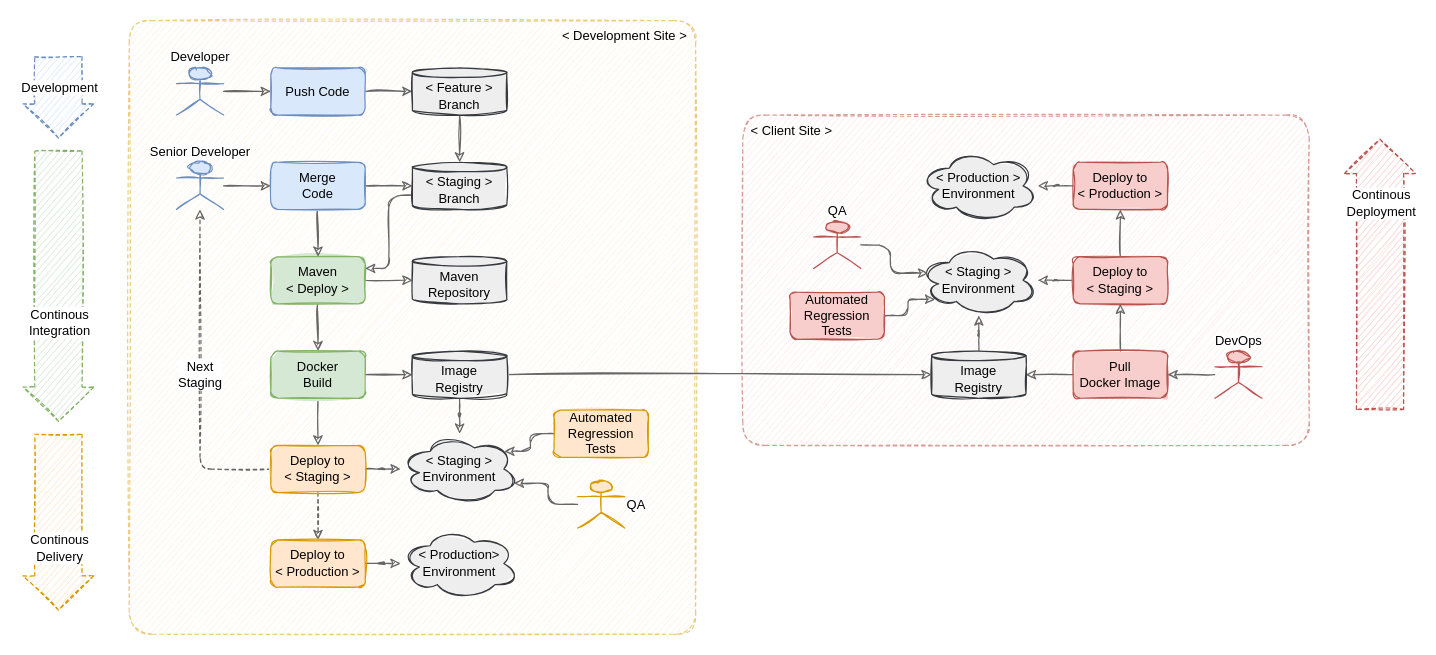
Earlier version of the draw.io diagram page "01-complete-flow" (1 of 2) of cicd-pipeline.drawio (andylke/docs-cicd-pipeline). Source tidied: cells renumbered, new cells numbered last; positions are measured from the earlier drawing's top-left corner, leaving out a move shared by most shapes. Both pictures are drawn from the tidied source at 118%, with x=0, y=0 at pixel (58, 20).
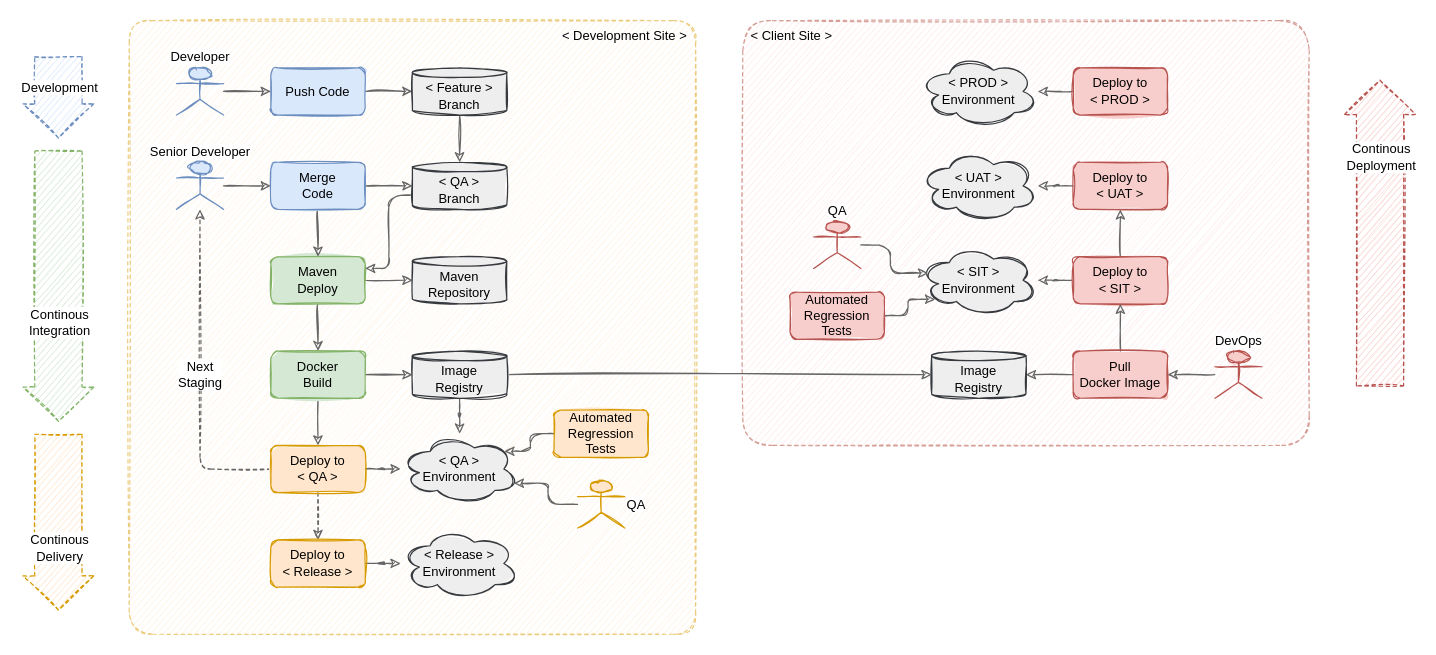
After the change.

Unchanged cells that the change refers to:
```xml
<mxCell id="14" value="Image&lt;br&gt;Registry" style="shape=cylinder3;whiteSpace=wrap;html=1;boundedLbl=1;backgroundOutline=1;size=4;sketch=1;fillColor=#eeeeee;strokeColor=#36393d;fillStyle=solid;fontSize=11;" parent="1" vertex="1">
  <mxGeometry x="740" y="280" width="80" height="40" as="geometry" />
</mxCell>
```

The edit, as a diff of the source:
```diff
@@
     <mxCell id="3" value="&amp;lt; Client Site &amp;gt;" style="rounded=1;whiteSpace=wrap;html=1;dashed=1;sketch=1;fillStyle=hachure;fontSize=11;fillColor=#fad9d5;strokeColor=#ae4132;arcSize=7;opacity=50;align=left;labelPosition=center;verticalLabelPosition=middle;verticalAlign=top;spacingLeft=5;" parent="1" vertex="1">
-      <mxGeometry x="580" y="80" width="480" height="280" as="geometry" />
+      <mxGeometry x="580" width="480" height="360" as="geometry" />
     </mxCell>
@@
-    <mxCell id="6" value="Deploy to &lt;br style=&quot;font-size: 11px&quot;&gt;&amp;lt; Staging &amp;gt;" style="rounded=1;whiteSpace=wrap;html=1;labelBackgroundColor=none;sketch=1;fillStyle=solid;fillColor=#f8cecc;strokeColor=#b85450;fontSize=11;" parent="1" vertex="1">
+    <mxCell id="6" value="Deploy to &lt;br style=&quot;font-size: 11px&quot;&gt;&amp;lt; SIT &amp;gt;" style="rounded=1;whiteSpace=wrap;html=1;labelBackgroundColor=none;sketch=1;fillStyle=solid;fillColor=#f8cecc;strokeColor=#b85450;fontSize=11;" parent="1" vertex="1">
       <mxGeometry x="860" y="200" width="80" height="40" as="geometry" />
     </mxCell>
@@
-    <mxCell id="8" value="Deploy to &lt;br style=&quot;font-size: 11px&quot;&gt;&amp;lt; Production &amp;gt;" style="rounded=1;whiteSpace=wrap;html=1;labelBackgroundColor=none;sketch=1;fillStyle=solid;fillColor=#f8cecc;strokeColor=#b85450;fontSize=11;" parent="1" vertex="1">
+    <mxCell id="8" value="Deploy to &lt;br style=&quot;font-size: 11px&quot;&gt;&amp;lt; UAT &amp;gt;" style="rounded=1;whiteSpace=wrap;html=1;labelBackgroundColor=none;sketch=1;fillStyle=solid;fillColor=#f8cecc;strokeColor=#b85450;fontSize=11;" parent="1" vertex="1">
       <mxGeometry x="860" y="120" width="80" height="40" as="geometry" />
     </mxCell>
-    <mxCell id="9" value="&amp;lt; Production &amp;gt;&lt;br&gt;Environment" style="ellipse;shape=cloud;whiteSpace=wrap;html=1;rounded=1;sketch=1;fillColor=#eeeeee;strokeColor=#36393d;fillStyle=solid;fontSize=11;" parent="1" vertex="1">
+    <mxCell id="9" value="&amp;lt; UAT &amp;gt;&lt;br&gt;Environment" style="ellipse;shape=cloud;whiteSpace=wrap;html=1;rounded=1;sketch=1;fillColor=#eeeeee;strokeColor=#36393d;fillStyle=solid;fontSize=11;" parent="1" vertex="1">
       <mxGeometry x="730" y="110" width="100" height="60" as="geometry" />
     </mxCell>
     <mxCell id="10" style="shape=flexArrow;endArrow=classic;html=1;rounded=1;sketch=1;fillColor=#f8cecc;endWidth=19;endSize=9.33;width=40;strokeColor=#b85450;fillStyle=hachure;dashed=1;fontSize=11;" parent="1" edge="1">
       <mxGeometry relative="1" as="geometry">
-        <mxPoint x="1120" y="330" as="sourcePoint" />
-        <mxPoint x="1120" y="100" as="targetPoint" />
+        <mxPoint x="1120" y="310" as="sourcePoint" />
+        <mxPoint x="1120" y="50" as="targetPoint" />
       </mxGeometry>
     </mxCell>
@@
-    <mxCell id="12" value="&amp;lt; Staging &amp;gt;&lt;br&gt;Environment" style="ellipse;shape=cloud;whiteSpace=wrap;html=1;rounded=1;sketch=1;fillColor=#eeeeee;strokeColor=#36393d;fillStyle=solid;fontSize=11;" parent="1" vertex="1">
+    <mxCell id="12" value="&amp;lt; SIT &amp;gt;&lt;br&gt;Environment" style="ellipse;shape=cloud;whiteSpace=wrap;html=1;rounded=1;sketch=1;fillColor=#eeeeee;strokeColor=#36393d;fillStyle=solid;fontSize=11;" parent="1" vertex="1">
       <mxGeometry x="730" y="190" width="100" height="60" as="geometry" />
     </mxCell>
-    <mxCell id="13" style="edgeStyle=orthogonalEdgeStyle;rounded=1;sketch=1;jettySize=auto;html=1;fontSize=11;fillColor=#f5f5f5;strokeColor=#666666;" parent="1" edge="1" source="14" target="12">
-      <mxGeometry relative="1" as="geometry" />
-    </mxCell>
@@
-    <mxCell id="26" value="Maven&lt;br style=&quot;font-size: 11px&quot;&gt;&amp;lt; Deploy &amp;gt;" style="rounded=1;whiteSpace=wrap;html=1;labelBackgroundColor=none;sketch=1;fillStyle=solid;fillColor=#d5e8d4;strokeColor=#82b366;fontSize=11;" parent="1" vertex="1">
+    <mxCell id="26" value="Maven&lt;br style=&quot;font-size: 11px&quot;&gt;Deploy" style="rounded=1;whiteSpace=wrap;html=1;labelBackgroundColor=none;sketch=1;fillStyle=solid;fillColor=#d5e8d4;strokeColor=#82b366;fontSize=11;" parent="1" vertex="1">
       <mxGeometry x="180" y="200" width="80" height="40" as="geometry" />
     </mxCell>
@@
-    <mxCell id="33" value="Deploy to &lt;br style=&quot;font-size: 11px&quot;&gt;&amp;lt; Staging &amp;gt;" style="rounded=1;whiteSpace=wrap;html=1;labelBackgroundColor=none;sketch=1;fillStyle=solid;fillColor=#ffe6cc;strokeColor=#d79b00;fontSize=11;" parent="1" vertex="1">
+    <mxCell id="33" value="Deploy to &lt;br style=&quot;font-size: 11px&quot;&gt;&amp;lt; QA &amp;gt;" style="rounded=1;whiteSpace=wrap;html=1;labelBackgroundColor=none;sketch=1;fillStyle=solid;fillColor=#ffe6cc;strokeColor=#d79b00;fontSize=11;" parent="1" vertex="1">
       <mxGeometry x="180" y="360" width="80" height="40" as="geometry" />
     </mxCell>
@@
-    <mxCell id="37" value="&amp;lt; Staging &amp;gt;&lt;br&gt;Environment" style="ellipse;shape=cloud;whiteSpace=wrap;html=1;rounded=1;sketch=1;fillColor=#eeeeee;strokeColor=#36393d;fillStyle=solid;fontSize=11;" parent="1" vertex="1">
+    <mxCell id="37" value="&amp;lt; QA &amp;gt;&lt;br&gt;Environment" style="ellipse;shape=cloud;whiteSpace=wrap;html=1;rounded=1;sketch=1;fillColor=#eeeeee;strokeColor=#36393d;fillStyle=solid;fontSize=11;" parent="1" vertex="1">
       <mxGeometry x="290" y="350" width="100" height="60" as="geometry" />
     </mxCell>
@@
-    <mxCell id="39" value="&amp;lt; Staging &amp;gt;&lt;br&gt;Branch" style="shape=cylinder3;whiteSpace=wrap;html=1;boundedLbl=1;backgroundOutline=1;size=4;sketch=1;fillColor=#eeeeee;strokeColor=#36393d;fillStyle=solid;fontSize=11;" parent="1" vertex="1">
+    <mxCell id="39" value="&amp;lt; QA &amp;gt;&lt;br&gt;Branch" style="shape=cylinder3;whiteSpace=wrap;html=1;boundedLbl=1;backgroundOutline=1;size=4;sketch=1;fillColor=#eeeeee;strokeColor=#36393d;fillStyle=solid;fontSize=11;" parent="1" vertex="1">
       <mxGeometry x="300" y="120" width="80" height="40" as="geometry" />
     </mxCell>
@@
-    <mxCell id="63" value="Deploy to &lt;br style=&quot;font-size: 11px&quot;&gt;&amp;lt; Production &amp;gt;" style="rounded=1;whiteSpace=wrap;html=1;labelBackgroundColor=none;sketch=1;fillStyle=solid;fillColor=#ffe6cc;strokeColor=#d79b00;fontSize=11;" parent="1" vertex="1">
+    <mxCell id="63" value="Deploy to &lt;br style=&quot;font-size: 11px&quot;&gt;&amp;lt; Release &amp;gt;" style="rounded=1;whiteSpace=wrap;html=1;labelBackgroundColor=none;sketch=1;fillStyle=solid;fillColor=#ffe6cc;strokeColor=#d79b00;fontSize=11;" parent="1" vertex="1">
       <mxGeometry x="180" y="440" width="80" height="40" as="geometry" />
     </mxCell>
-    <mxCell id="64" value="&amp;lt; Production&amp;gt;&lt;br&gt;Environment" style="ellipse;shape=cloud;whiteSpace=wrap;html=1;rounded=1;sketch=1;fillColor=#eeeeee;strokeColor=#36393d;fillStyle=solid;fontSize=11;" parent="1" vertex="1">
+    <mxCell id="64" value="&amp;lt; Release &amp;gt;&lt;br&gt;Environment" style="ellipse;shape=cloud;whiteSpace=wrap;html=1;rounded=1;sketch=1;fillColor=#eeeeee;strokeColor=#36393d;fillStyle=solid;fontSize=11;" parent="1" vertex="1">
       <mxGeometry x="290" y="430" width="100" height="60" as="geometry" />
     </mxCell>
+    <mxCell id="65" style="edgeStyle=orthogonalEdgeStyle;rounded=0;jettySize=auto;html=1;exitX=0;exitY=0.5;exitDx=0;exitDy=0;sketch=1;strokeColor=#666666;" parent="1" edge="1" source="66" target="67">
+      <mxGeometry relative="1" as="geometry" />
+    </mxCell>
+    <mxCell id="66" value="Deploy to &lt;br style=&quot;font-size: 11px&quot;&gt;&amp;lt; PROD &amp;gt;" style="rounded=1;whiteSpace=wrap;html=1;labelBackgroundColor=none;sketch=1;fillStyle=solid;fillColor=#f8cecc;strokeColor=#b85450;fontSize=11;" parent="1" vertex="1">
+      <mxGeometry x="860" y="40" width="80" height="40" as="geometry" />
+    </mxCell>
+    <mxCell id="67" value="&amp;lt; PROD &amp;gt;&lt;br&gt;Environment" style="ellipse;shape=cloud;whiteSpace=wrap;html=1;rounded=1;sketch=1;fillColor=#eeeeee;strokeColor=#36393d;fillStyle=solid;fontSize=11;" parent="1" vertex="1">
+      <mxGeometry x="730" y="30" width="100" height="60" as="geometry" />
+    </mxCell>
```
